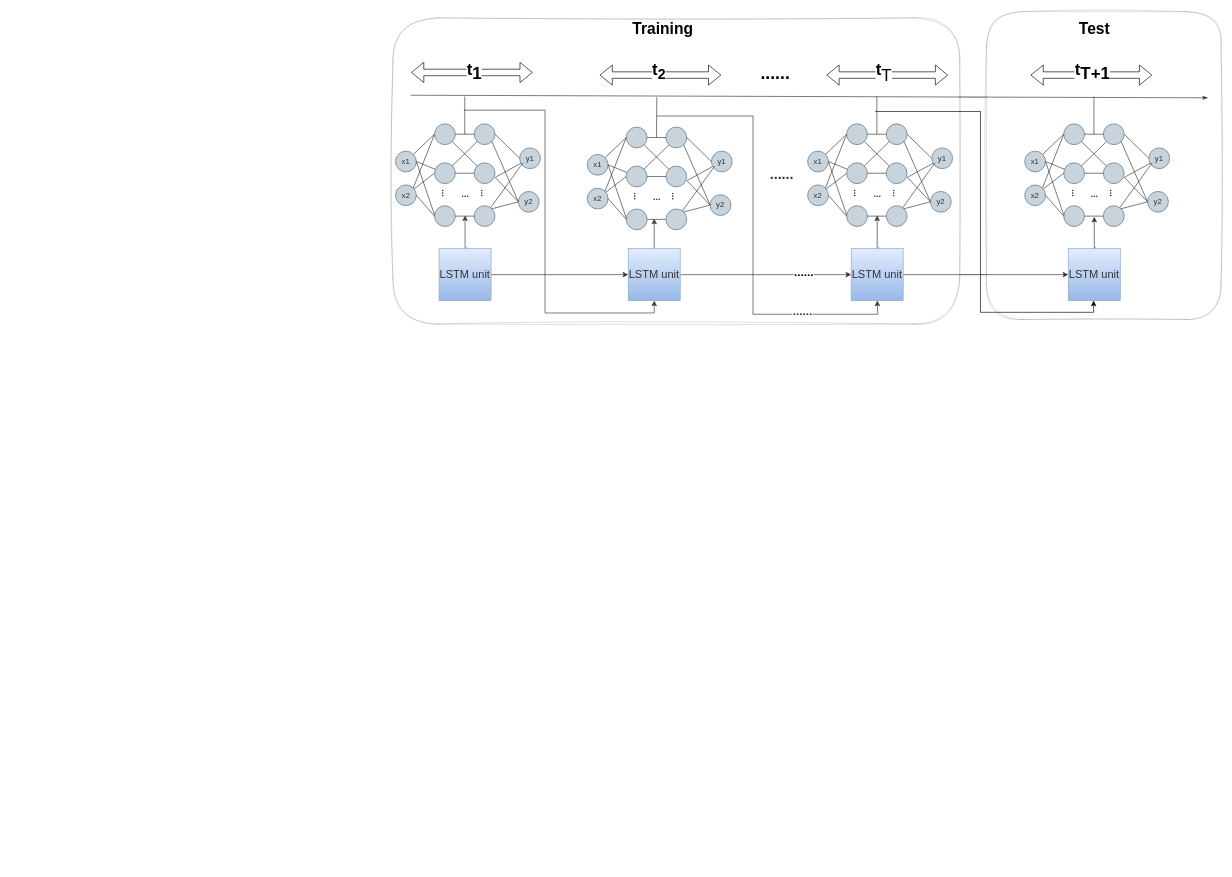
lilang0710/ll keeps this draw.io diagram as 未命名绘图.drawio. Above is the earlier version. Source tidied: cells renumbered, new cells numbered last; positions are measured from the earlier drawing's top-left corner, leaving out a move shared by most shapes. Both pictures are drawn from the tidied source at 65%, with x=0, y=0 at pixel (393, 11).
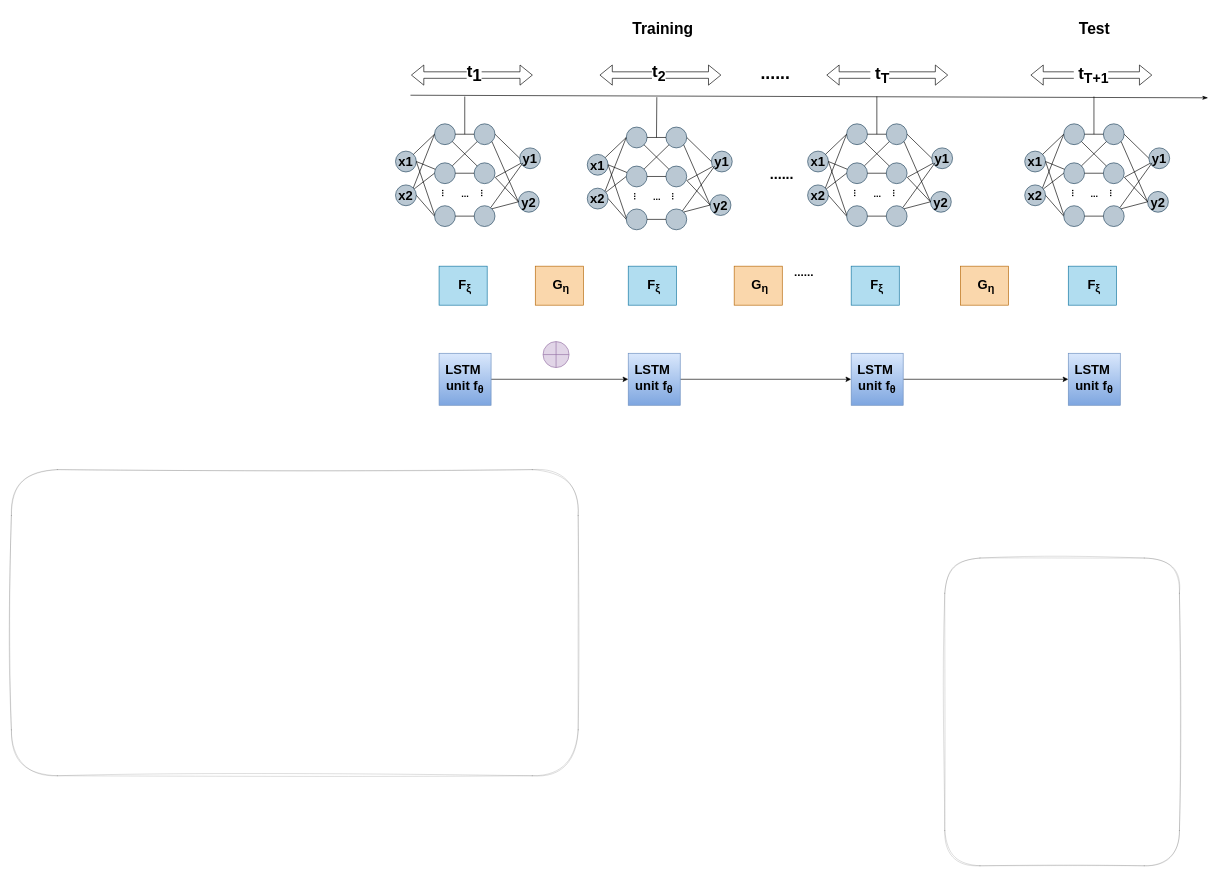
After the change.

Commit message (it also covers changes not shown here):
更新未命名绘图.drawio

The change refers to these unchanged cells:
```xml
<mxCell id="153" style="shape=flexArrow;endArrow=classic;startArrow=classic;html=1;rounded=0;" parent="1" edge="1">
  <mxGeometry relative="1" as="geometry">
    <mxPoint x="318" y="98" as="sourcePoint" />
    <mxPoint x="505" y="98" as="targetPoint" />
  </mxGeometry>
</mxCell>
<mxCell id="155" style="shape=flexArrow;endArrow=classic;startArrow=classic;html=1;rounded=0;" parent="1" edge="1">
  <mxGeometry relative="1" as="geometry">
    <mxPoint x="667" y="98" as="sourcePoint" />
    <mxPoint x="854" y="98" as="targetPoint" />
  </mxGeometry>
</mxCell>
<mxCell id="157" style="shape=flexArrow;endArrow=classic;startArrow=classic;html=1;rounded=0;" parent="1" edge="1">
  <mxGeometry relative="1" as="geometry">
    <mxPoint x="981" y="98" as="sourcePoint" />
    <mxPoint x="1168" y="98" as="targetPoint" />
  </mxGeometry>
</mxCell>
```

Change to the diagram source:
```diff
@@
-    <mxCell id="3" style="edgeStyle=orthogonalEdgeStyle;rounded=0;jettySize=auto;html=1;exitX=0.5;exitY=0;exitDx=0;exitDy=0;" parent="1" edge="1" source="4">
-      <mxGeometry relative="1" as="geometry">
-        <mxPoint x="402" y="319" as="targetPoint" />
-      </mxGeometry>
-    </mxCell>
-    <mxCell id="4" value="&lt;font style=&quot;font-size: 17px;&quot;&gt;LSTM unit&lt;/font&gt;" style="whiteSpace=wrap;html=1;fillColor=#dae8fc;strokeColor=#6c8ebf;gradientColor=#7ea6e0;" parent="1" vertex="1">
-      <mxGeometry x="362" y="365" width="80" height="80" as="geometry" />
+    <mxCell id="4" value="&lt;div style=&quot;font-size: 20px;&quot;&gt;&lt;font style=&quot;font-size: 20px;&quot;&gt;&lt;b&gt;&lt;font style=&quot;font-size: 20px;&quot;&gt;LSTM&amp;nbsp;&lt;/font&gt;&lt;/b&gt;&lt;/font&gt;&lt;/div&gt;&lt;div style=&quot;font-size: 20px;&quot;&gt;&lt;font style=&quot;font-size: 20px;&quot;&gt;&lt;b&gt;&lt;font style=&quot;font-size: 20px;&quot;&gt;unit f&lt;/font&gt;&lt;/b&gt;&lt;font style=&quot;font-size: 20px;&quot;&gt;&lt;b&gt;&lt;span class=&quot;content-right_2s-H4&quot;&gt;&lt;sub&gt;θ&lt;/sub&gt;&lt;/span&gt;&lt;/b&gt;&lt;/font&gt;&lt;/font&gt;&lt;/div&gt;" style="whiteSpace=wrap;html=1;fillColor=#dae8fc;strokeColor=#6c8ebf;gradientColor=#7ea6e0;" parent="1" vertex="1">
+      <mxGeometry x="362" y="526" width="80" height="80" as="geometry" />
     </mxCell>
-    <mxCell id="5" value="x1" style="ellipse;whiteSpace=wrap;html=1;fillColor=#bac8d3;strokeColor=#23445d;" parent="1" vertex="1">
+    <mxCell id="5" value="&lt;font size=&quot;1&quot;&gt;&lt;b style=&quot;font-size: 20px;&quot;&gt;x1&lt;/b&gt;&lt;/font&gt;" style="ellipse;whiteSpace=wrap;html=1;fillColor=#bac8d3;strokeColor=#23445d;" parent="1" vertex="1">
       <mxGeometry x="4" y="215" width="32" height="32" as="geometry" />
     </mxCell>
-    <mxCell id="6" value="x2" style="ellipse;whiteSpace=wrap;html=1;fillColor=#bac8d3;strokeColor=#23445d;" parent="1" vertex="1">
+    <mxCell id="6" value="&lt;b&gt;&lt;font style=&quot;font-size: 20px;&quot;&gt;x2&lt;/font&gt;&lt;/b&gt;" style="ellipse;whiteSpace=wrap;html=1;fillColor=#bac8d3;strokeColor=#23445d;" parent="1" vertex="1">
       <mxGeometry x="4" y="267" width="32" height="32" as="geometry" />
     </mxCell>
@@
-    <mxCell id="14" value="y1" style="ellipse;whiteSpace=wrap;html=1;fillColor=#bac8d3;strokeColor=#23445d;" parent="1" vertex="1">
+    <mxCell id="14" value="&lt;b&gt;&lt;font style=&quot;font-size: 20px;&quot;&gt;y1&lt;/font&gt;&lt;/b&gt;" style="ellipse;whiteSpace=wrap;html=1;fillColor=#bac8d3;strokeColor=#23445d;" parent="1" vertex="1">
       <mxGeometry x="195" y="210" width="32" height="32" as="geometry" />
     </mxCell>
-    <mxCell id="15" value="y2" style="ellipse;whiteSpace=wrap;html=1;fillColor=#bac8d3;strokeColor=#23445d;" parent="1" vertex="1">
+    <mxCell id="15" value="&lt;font style=&quot;font-size: 20px;&quot;&gt;&lt;b&gt;y2&lt;/b&gt;&lt;/font&gt;" style="ellipse;whiteSpace=wrap;html=1;fillColor=#bac8d3;strokeColor=#23445d;" parent="1" vertex="1">
       <mxGeometry x="193" y="277" width="32" height="32" as="geometry" />
     </mxCell>
@@
-    <mxCell id="35" style="rounded=0;jettySize=auto;html=1;endArrow=classic;endFill=1;edgeStyle=orthogonalEdgeStyle;entryX=0.5;entryY=1;entryDx=0;entryDy=0;" parent="1" edge="1" target="4">
-      <mxGeometry relative="1" as="geometry">
-        <mxPoint x="109" y="152" as="sourcePoint" />
-        <Array as="points">
-          <mxPoint x="234" y="152" />
-          <mxPoint x="234" y="464" />
-          <mxPoint x="402" y="464" />
-        </Array>
-      </mxGeometry>
-    </mxCell>
@@
-    <mxCell id="37" style="rounded=0;jettySize=auto;html=1;endArrow=classic;endFill=1;" parent="1" edge="1" source="41">
-      <mxGeometry relative="1" as="geometry">
-        <mxPoint x="111" y="314" as="targetPoint" />
-      </mxGeometry>
-    </mxCell>
@@
-    <mxCell id="40" style="rounded=0;jettySize=auto;html=1;endArrow=none;endFill=0;entryX=0.5;entryY=1;entryDx=0;entryDy=0;" parent="1" edge="1" target="41">
-      <mxGeometry relative="1" as="geometry">
-        <mxPoint x="113" y="363" as="sourcePoint" />
-      </mxGeometry>
-    </mxCell>
-    <mxCell id="41" value="&lt;font style=&quot;font-size: 17px;&quot;&gt;LSTM unit&lt;/font&gt;" style="whiteSpace=wrap;html=1;fillColor=#dae8fc;strokeColor=#6c8ebf;gradientColor=#7ea6e0;" parent="1" vertex="1">
-      <mxGeometry x="71" y="365" width="80" height="80" as="geometry" />
+    <mxCell id="41" value="&lt;div style=&quot;font-size: 20px;&quot;&gt;&lt;font style=&quot;font-size: 20px;&quot;&gt;&lt;b&gt;&lt;font style=&quot;font-size: 20px;&quot;&gt;LSTM&amp;nbsp;&lt;/font&gt;&lt;/b&gt;&lt;/font&gt;&lt;/div&gt;&lt;div style=&quot;font-size: 20px;&quot;&gt;&lt;font style=&quot;font-size: 20px;&quot;&gt;&lt;b&gt;&lt;font style=&quot;font-size: 20px;&quot;&gt;unit f&lt;/font&gt;&lt;/b&gt;&lt;font style=&quot;font-size: 20px;&quot;&gt;&lt;b&gt;&lt;span class=&quot;content-right_2s-H4&quot;&gt;&lt;sub&gt;θ&lt;/sub&gt;&lt;/span&gt;&lt;/b&gt;&lt;/font&gt;&lt;/font&gt;&lt;/div&gt;" style="whiteSpace=wrap;html=1;fillColor=#dae8fc;strokeColor=#6c8ebf;gradientColor=#7ea6e0;" parent="1" vertex="1">
+      <mxGeometry x="71" y="526" width="80" height="80" as="geometry" />
     </mxCell>
-    <mxCell id="42" value="x1" style="ellipse;whiteSpace=wrap;html=1;fillColor=#bac8d3;strokeColor=#23445d;" parent="1" vertex="1">
+    <mxCell id="42" value="&lt;font style=&quot;font-size: 20px;&quot;&gt;&lt;b&gt;x1&lt;/b&gt;&lt;/font&gt;" style="ellipse;whiteSpace=wrap;html=1;fillColor=#bac8d3;strokeColor=#23445d;" parent="1" vertex="1">
       <mxGeometry x="299" y="220" width="32" height="32" as="geometry" />
     </mxCell>
-    <mxCell id="43" value="x2" style="ellipse;whiteSpace=wrap;html=1;fillColor=#bac8d3;strokeColor=#23445d;" parent="1" vertex="1">
+    <mxCell id="43" value="&lt;font style=&quot;font-size: 20px;&quot;&gt;&lt;b&gt;x2&lt;/b&gt;&lt;/font&gt;" style="ellipse;whiteSpace=wrap;html=1;fillColor=#bac8d3;strokeColor=#23445d;" parent="1" vertex="1">
       <mxGeometry x="299" y="272" width="32" height="32" as="geometry" />
     </mxCell>
@@
-    <mxCell id="51" value="y1" style="ellipse;whiteSpace=wrap;html=1;fillColor=#bac8d3;strokeColor=#23445d;" parent="1" vertex="1">
+    <mxCell id="51" value="&lt;font style=&quot;font-size: 20px;&quot;&gt;&lt;b&gt;y1&lt;/b&gt;&lt;/font&gt;" style="ellipse;whiteSpace=wrap;html=1;fillColor=#bac8d3;strokeColor=#23445d;" parent="1" vertex="1">
       <mxGeometry x="490" y="215" width="32" height="32" as="geometry" />
     </mxCell>
-    <mxCell id="52" value="y2" style="ellipse;whiteSpace=wrap;html=1;fillColor=#bac8d3;strokeColor=#23445d;" parent="1" vertex="1">
+    <mxCell id="52" value="&lt;font style=&quot;font-size: 20px;&quot;&gt;&lt;b&gt;y2&lt;/b&gt;&lt;/font&gt;" style="ellipse;whiteSpace=wrap;html=1;fillColor=#bac8d3;strokeColor=#23445d;" parent="1" vertex="1">
       <mxGeometry x="488" y="282" width="32" height="32" as="geometry" />
     </mxCell>
@@
-    <mxCell id="73" style="rounded=0;jettySize=auto;html=1;endArrow=classic;endFill=1;entryX=0.5;entryY=1;entryDx=0;entryDy=0;edgeStyle=orthogonalEdgeStyle;" parent="1" edge="1" target="109">
-      <mxGeometry relative="1" as="geometry">
-        <mxPoint x="406" y="161" as="sourcePoint" />
-        <Array as="points">
-          <mxPoint x="554" y="161" />
-          <mxPoint x="554" y="466" />
-          <mxPoint x="746" y="466" />
-        </Array>
-      </mxGeometry>
-    </mxCell>
-    <mxCell id="74" value="&lt;font style=&quot;font-size: 18px;&quot;&gt;&lt;b style=&quot;font-size: 18px;&quot;&gt;...&lt;/b&gt;&lt;/font&gt;&lt;font style=&quot;font-size: 18px;&quot;&gt;&lt;b style=&quot;font-size: 18px;&quot;&gt;...&lt;/b&gt;&lt;/font&gt;" style="edgeLabel;html=1;align=center;verticalAlign=middle;" parent="73" vertex="1">
-      <mxGeometry x="0.59" y="-3" relative="1" as="geometry">
-        <mxPoint x="-1" y="-9" as="offset" />
-      </mxGeometry>
-    </mxCell>
-    <mxCell id="75" value="x1" style="ellipse;whiteSpace=wrap;html=1;fillColor=#bac8d3;strokeColor=#23445d;" parent="1" vertex="1">
+    <mxCell id="75" value="&lt;font style=&quot;font-size: 20px;&quot;&gt;&lt;b&gt;x1&lt;/b&gt;&lt;/font&gt;" style="ellipse;whiteSpace=wrap;html=1;fillColor=#bac8d3;strokeColor=#23445d;" parent="1" vertex="1">
       <mxGeometry x="638" y="215" width="32" height="32" as="geometry" />
     </mxCell>
-    <mxCell id="76" value="x2" style="ellipse;whiteSpace=wrap;html=1;fillColor=#bac8d3;strokeColor=#23445d;" parent="1" vertex="1">
+    <mxCell id="76" value="&lt;font style=&quot;font-size: 20px;&quot;&gt;&lt;b&gt;x2&lt;/b&gt;&lt;/font&gt;" style="ellipse;whiteSpace=wrap;html=1;fillColor=#bac8d3;strokeColor=#23445d;" parent="1" vertex="1">
       <mxGeometry x="638" y="267" width="32" height="32" as="geometry" />
     </mxCell>
@@
-    <mxCell id="84" value="y1" style="ellipse;whiteSpace=wrap;html=1;fillColor=#bac8d3;strokeColor=#23445d;" parent="1" vertex="1">
+    <mxCell id="84" value="&lt;font style=&quot;font-size: 20px;&quot;&gt;&lt;b&gt;y1&lt;/b&gt;&lt;/font&gt;" style="ellipse;whiteSpace=wrap;html=1;fillColor=#bac8d3;strokeColor=#23445d;" parent="1" vertex="1">
       <mxGeometry x="829" y="210" width="32" height="32" as="geometry" />
     </mxCell>
-    <mxCell id="85" value="y2" style="ellipse;whiteSpace=wrap;html=1;fillColor=#bac8d3;strokeColor=#23445d;" parent="1" vertex="1">
+    <mxCell id="85" value="&lt;font style=&quot;font-size: 20px;&quot;&gt;&lt;b&gt;y2&lt;/b&gt;&lt;/font&gt;" style="ellipse;whiteSpace=wrap;html=1;fillColor=#bac8d3;strokeColor=#23445d;" parent="1" vertex="1">
       <mxGeometry x="827" y="277" width="32" height="32" as="geometry" />
     </mxCell>
@@
-    <mxCell id="106" style="rounded=0;jettySize=auto;html=1;endArrow=classic;endFill=1;" parent="1" edge="1" source="109">
-      <mxGeometry relative="1" as="geometry">
-        <mxPoint x="745" y="314" as="targetPoint" />
-      </mxGeometry>
-    </mxCell>
-    <mxCell id="107" style="rounded=0;jettySize=auto;html=1;endArrow=none;endFill=0;entryX=0.5;entryY=1;entryDx=0;entryDy=0;" parent="1" edge="1" target="109">
-      <mxGeometry relative="1" as="geometry">
-        <mxPoint x="747" y="363" as="sourcePoint" />
-      </mxGeometry>
-    </mxCell>
@@
-    <mxCell id="109" value="&lt;font style=&quot;font-size: 17px;&quot;&gt;LSTM unit&lt;/font&gt;" style="whiteSpace=wrap;html=1;fillColor=#dae8fc;strokeColor=#6c8ebf;gradientColor=#7ea6e0;" parent="1" vertex="1">
-      <mxGeometry x="705" y="365" width="80" height="80" as="geometry" />
+    <mxCell id="109" value="&lt;div style=&quot;font-size: 20px;&quot;&gt;&lt;font style=&quot;font-size: 20px;&quot;&gt;&lt;b&gt;&lt;font style=&quot;font-size: 20px;&quot;&gt;LSTM&amp;nbsp;&lt;/font&gt;&lt;/b&gt;&lt;/font&gt;&lt;/div&gt;&lt;div style=&quot;font-size: 20px;&quot;&gt;&lt;font style=&quot;font-size: 20px;&quot;&gt;&lt;b&gt;&lt;font style=&quot;font-size: 20px;&quot;&gt;unit f&lt;/font&gt;&lt;/b&gt;&lt;font style=&quot;font-size: 20px;&quot;&gt;&lt;b&gt;&lt;span class=&quot;content-right_2s-H4&quot;&gt;&lt;sub&gt;θ&lt;/sub&gt;&lt;/span&gt;&lt;/b&gt;&lt;/font&gt;&lt;/font&gt;&lt;/div&gt;" style="whiteSpace=wrap;html=1;fillColor=#dae8fc;strokeColor=#6c8ebf;gradientColor=#7ea6e0;" parent="1" vertex="1">
+      <mxGeometry x="705" y="526" width="80" height="80" as="geometry" />
     </mxCell>
-    <mxCell id="110" value="x1" style="ellipse;whiteSpace=wrap;html=1;fillColor=#bac8d3;strokeColor=#23445d;" parent="1" vertex="1">
+    <mxCell id="110" value="&lt;font style=&quot;font-size: 20px;&quot;&gt;&lt;b&gt;x1&lt;/b&gt;&lt;/font&gt;" style="ellipse;whiteSpace=wrap;html=1;fillColor=#bac8d3;strokeColor=#23445d;" parent="1" vertex="1">
       <mxGeometry x="972" y="215" width="32" height="32" as="geometry" />
     </mxCell>
-    <mxCell id="111" value="x2" style="ellipse;whiteSpace=wrap;html=1;fillColor=#bac8d3;strokeColor=#23445d;" parent="1" vertex="1">
+    <mxCell id="111" value="&lt;font style=&quot;font-size: 20px;&quot;&gt;&lt;b&gt;x2&lt;/b&gt;&lt;/font&gt;" style="ellipse;whiteSpace=wrap;html=1;fillColor=#bac8d3;strokeColor=#23445d;" parent="1" vertex="1">
       <mxGeometry x="972" y="267" width="32" height="32" as="geometry" />
     </mxCell>
@@
-    <mxCell id="119" value="y1" style="ellipse;whiteSpace=wrap;html=1;fillColor=#bac8d3;strokeColor=#23445d;" parent="1" vertex="1">
+    <mxCell id="119" value="&lt;font style=&quot;font-size: 20px;&quot;&gt;&lt;b&gt;y1&lt;/b&gt;&lt;/font&gt;" style="ellipse;whiteSpace=wrap;html=1;fillColor=#bac8d3;strokeColor=#23445d;" parent="1" vertex="1">
       <mxGeometry x="1163" y="210" width="32" height="32" as="geometry" />
     </mxCell>
-    <mxCell id="120" value="y2" style="ellipse;whiteSpace=wrap;html=1;fillColor=#bac8d3;strokeColor=#23445d;" parent="1" vertex="1">
+    <mxCell id="120" value="&lt;font style=&quot;font-size: 20px;&quot;&gt;&lt;b&gt;y2&lt;/b&gt;&lt;/font&gt;" style="ellipse;whiteSpace=wrap;html=1;fillColor=#bac8d3;strokeColor=#23445d;" parent="1" vertex="1">
       <mxGeometry x="1161" y="277" width="32" height="32" as="geometry" />
     </mxCell>
@@
-    <mxCell id="141" style="rounded=0;jettySize=auto;html=1;endArrow=classic;endFill=1;" parent="1" edge="1" source="143">
-      <mxGeometry relative="1" as="geometry">
-        <mxPoint x="1079" y="316" as="targetPoint" />
-      </mxGeometry>
-    </mxCell>
-    <mxCell id="142" style="rounded=0;jettySize=auto;html=1;endArrow=none;endFill=0;entryX=0.5;entryY=1;entryDx=0;entryDy=0;" parent="1" edge="1" target="143">
-      <mxGeometry relative="1" as="geometry">
-        <mxPoint x="1081" y="363" as="sourcePoint" />
-      </mxGeometry>
-    </mxCell>
-    <mxCell id="143" value="&lt;font style=&quot;font-size: 17px;&quot;&gt;LSTM unit&lt;/font&gt;" style="whiteSpace=wrap;html=1;fillColor=#dae8fc;strokeColor=#6c8ebf;gradientColor=#7ea6e0;" parent="1" vertex="1">
-      <mxGeometry x="1039" y="365" width="80" height="80" as="geometry" />
+    <mxCell id="143" value="&lt;div style=&quot;font-size: 20px;&quot;&gt;&lt;font style=&quot;font-size: 20px;&quot;&gt;&lt;b&gt;&lt;font style=&quot;font-size: 20px;&quot;&gt;LSTM&amp;nbsp;&lt;/font&gt;&lt;/b&gt;&lt;/font&gt;&lt;/div&gt;&lt;div style=&quot;font-size: 20px;&quot;&gt;&lt;font style=&quot;font-size: 20px;&quot;&gt;&lt;b&gt;&lt;font style=&quot;font-size: 20px;&quot;&gt;unit f&lt;/font&gt;&lt;/b&gt;&lt;font style=&quot;font-size: 20px;&quot;&gt;&lt;b&gt;&lt;span class=&quot;content-right_2s-H4&quot;&gt;&lt;sub&gt;θ&lt;/sub&gt;&lt;/span&gt;&lt;/b&gt;&lt;/font&gt;&lt;/font&gt;&lt;/div&gt;" style="whiteSpace=wrap;html=1;fillColor=#dae8fc;strokeColor=#6c8ebf;gradientColor=#7ea6e0;" parent="1" vertex="1">
+      <mxGeometry x="1039" y="526" width="80" height="80" as="geometry" />
     </mxCell>
@@
     <mxCell id="145" style="rounded=1;whiteSpace=wrap;html=1;sketch=1;curveFitting=1;jiggle=2;shadow=0;opacity=20;" parent="1" vertex="1">
-      <mxGeometry y="10" width="872" height="471" as="geometry" />
+      <mxGeometry x="-587" y="705" width="872" height="471" as="geometry" />
     </mxCell>
     <mxCell id="146" style="rounded=1;whiteSpace=wrap;html=1;sketch=1;curveFitting=1;jiggle=2;shadow=0;opacity=20;" parent="1" vertex="1">
-      <mxGeometry x="913" y="0.5" width="361" height="473.5" as="geometry" />
+      <mxGeometry x="849" y="841" width="361" height="473.5" as="geometry" />
     </mxCell>
@@
-    <mxCell id="149" style="rounded=0;jettySize=auto;html=1;endArrow=classic;endFill=1;edgeStyle=orthogonalEdgeStyle;entryX=0.488;entryY=1;entryDx=0;entryDy=0;entryPerimeter=0;" parent="1" edge="1" target="143">
-      <mxGeometry relative="1" as="geometry">
-        <mxPoint x="742" y="154" as="sourcePoint" />
-        <Array as="points">
-          <mxPoint x="904" y="154" />
-          <mxPoint x="904" y="463" />
-          <mxPoint x="1078" y="463" />
-        </Array>
-      </mxGeometry>
-    </mxCell>
@@
     <mxCell id="151" style="shape=flexArrow;endArrow=classic;startArrow=classic;html=1;rounded=0;" parent="1" edge="1">
       <mxGeometry relative="1" as="geometry">
-        <mxPoint x="28" y="94" as="sourcePoint" />
-        <mxPoint x="215" y="94" as="targetPoint" />
+        <mxPoint x="28" y="98" as="sourcePoint" />
+        <mxPoint x="215" y="98" as="targetPoint" />
       </mxGeometry>
     </mxCell>
@@
     <mxCell id="154" value="&lt;b style=&quot;font-size: 26px;&quot;&gt;&lt;font style=&quot;font-size: 26px;&quot;&gt;&lt;sup style=&quot;font-size: 26px;&quot;&gt;t&lt;sub&gt;2&lt;/sub&gt;&lt;/sup&gt;&lt;/font&gt;&lt;/b&gt;" style="edgeLabel;html=1;align=center;verticalAlign=middle;fontSize=26;" parent="153" vertex="1">
       <mxGeometry x="0.02" y="2" relative="1" as="geometry">
-        <mxPoint x="-5" y="-3" as="offset" />
+        <mxPoint x="-5" y="1" as="offset" />
       </mxGeometry>
     </mxCell>
@@
-    <mxCell id="156" value="&lt;b style=&quot;font-size: 26px;&quot;&gt;&lt;font style=&quot;font-size: 26px;&quot;&gt;&lt;sup style=&quot;font-size: 26px;&quot;&gt;t&lt;/sup&gt;&lt;/font&gt;&lt;/b&gt;T" style="edgeLabel;html=1;align=center;verticalAlign=middle;fontSize=26;" parent="155" vertex="1">
+    <mxCell id="156" value="&lt;font style=&quot;font-size: 26px;&quot;&gt;&lt;b&gt;&lt;font style=&quot;font-size: 26px;&quot;&gt;&amp;nbsp;t&lt;span class=&quot;dqa-highlight-purple cos-text-headline&quot;&gt;&lt;span class=&quot;cos-font-medium&quot;&gt;&lt;sub&gt;T&lt;/sub&gt;&lt;/span&gt;&lt;/span&gt;&lt;/font&gt;&lt;/b&gt;&lt;/font&gt;" style="edgeLabel;html=1;align=center;verticalAlign=middle;fontSize=26;" parent="155" vertex="1">
       <mxGeometry x="0.02" y="2" relative="1" as="geometry">
-        <mxPoint x="-8" y="-3" as="offset" />
+        <mxPoint x="-14" y="1" as="offset" />
       </mxGeometry>
     </mxCell>
@@
+    <mxCell id="159" value="&lt;font style=&quot;font-size: 27px;&quot;&gt;&lt;b&gt;...&lt;font style=&quot;font-size: 27px;&quot;&gt;...&lt;/font&gt;&lt;/b&gt;&lt;/font&gt;" style="text;html=1;align=center;verticalAlign=middle;strokeColor=none;fillColor=none;fontSize=18;" parent="1" vertex="1">
+      <mxGeometry x="556" y="73" width="63" height="45" as="geometry" />
+    </mxCell>
+    <mxCell id="160" value="&lt;font style=&quot;font-size: 20px;&quot;&gt;&lt;b&gt;&amp;nbsp;F&lt;sub&gt;ξ&lt;/sub&gt;&lt;/b&gt;&lt;/font&gt;" style="rounded=0;whiteSpace=wrap;html=1;fillColor=#b1ddf0;strokeColor=#10739e;" parent="1" vertex="1">
+      <mxGeometry x="71" y="392" width="74" height="60" as="geometry" />
+    </mxCell>
+    <mxCell id="161" value="&lt;b&gt;&lt;font style=&quot;font-size: 20px;&quot;&gt;&amp;nbsp;G&lt;span class=&quot;dqa-highlight-purple cos-text-headline&quot;&gt;&lt;span class=&quot;cos-font-medium&quot;&gt;&lt;sub&gt;η&lt;/sub&gt;&lt;/span&gt;&lt;/span&gt;&lt;/font&gt;&lt;/b&gt;" style="rounded=0;whiteSpace=wrap;html=1;fillColor=#fad7ac;strokeColor=#b46504;" parent="1" vertex="1">
+      <mxGeometry x="219" y="392" width="74" height="60" as="geometry" />
+    </mxCell>
+    <mxCell id="162" value="&lt;font style=&quot;font-size: 20px;&quot;&gt;&lt;b&gt;&amp;nbsp;F&lt;sub&gt;ξ&lt;/sub&gt;&lt;/b&gt;&lt;/font&gt;" style="rounded=0;whiteSpace=wrap;html=1;fillColor=#b1ddf0;strokeColor=#10739e;" parent="1" vertex="1">
+      <mxGeometry x="362" y="392" width="74" height="60" as="geometry" />
+    </mxCell>
+    <mxCell id="163" value="&lt;font style=&quot;font-size: 20px;&quot;&gt;&lt;b&gt;&amp;nbsp;F&lt;sub&gt;ξ&lt;/sub&gt;&lt;/b&gt;&lt;/font&gt;" style="rounded=0;whiteSpace=wrap;html=1;fillColor=#b1ddf0;strokeColor=#10739e;" parent="1" vertex="1">
+      <mxGeometry x="705" y="392" width="74" height="60" as="geometry" />
+    </mxCell>
+    <mxCell id="164" value="&lt;font style=&quot;font-size: 20px;&quot;&gt;&lt;b&gt;&amp;nbsp;F&lt;sub&gt;ξ&lt;/sub&gt;&lt;/b&gt;&lt;/font&gt;" style="rounded=0;whiteSpace=wrap;html=1;fillColor=#b1ddf0;strokeColor=#10739e;" parent="1" vertex="1">
+      <mxGeometry x="1039" y="392" width="74" height="60" as="geometry" />
+    </mxCell>
+    <mxCell id="165" value="&lt;b&gt;&lt;font style=&quot;font-size: 20px;&quot;&gt;&amp;nbsp;G&lt;span class=&quot;dqa-highlight-purple cos-text-headline&quot;&gt;&lt;span class=&quot;cos-font-medium&quot;&gt;&lt;sub&gt;η&lt;/sub&gt;&lt;/span&gt;&lt;/span&gt;&lt;/font&gt;&lt;/b&gt;" style="rounded=0;whiteSpace=wrap;html=1;fillColor=#fad7ac;strokeColor=#b46504;" parent="1" vertex="1">
+      <mxGeometry x="525" y="392" width="74" height="60" as="geometry" />
+    </mxCell>
+    <mxCell id="166" value="&lt;b&gt;&lt;font style=&quot;font-size: 20px;&quot;&gt;&amp;nbsp;G&lt;span class=&quot;dqa-highlight-purple cos-text-headline&quot;&gt;&lt;span class=&quot;cos-font-medium&quot;&gt;&lt;sub&gt;η&lt;/sub&gt;&lt;/span&gt;&lt;/span&gt;&lt;/font&gt;&lt;/b&gt;" style="rounded=0;whiteSpace=wrap;html=1;fillColor=#fad7ac;strokeColor=#b46504;" parent="1" vertex="1">
+      <mxGeometry x="873" y="392" width="74" height="60" as="geometry" />
+    </mxCell>
-    <mxCell id="158" value="&lt;b style=&quot;font-size: 26px;&quot;&gt;&lt;font style=&quot;font-size: 26px;&quot;&gt;&lt;sup style=&quot;font-size: 26px;&quot;&gt;t&lt;sub style=&quot;font-size: 26px;&quot;&gt;T+1&lt;/sub&gt;&lt;/sup&gt;&lt;/font&gt;&lt;/b&gt;" style="edgeLabel;html=1;align=center;verticalAlign=middle;fontSize=26;" parent="157" vertex="1">
-      <mxGeometry x="0.02" y="2" relative="1" as="geometry">
-        <mxPoint x="-1" y="-3" as="offset" />
+    <mxCell id="158" value="&lt;font style=&quot;font-size: 26px;&quot;&gt;&lt;b&gt;&lt;font style=&quot;font-size: 26px;&quot;&gt;&amp;nbsp;t&lt;span class=&quot;dqa-highlight-purple cos-text-headline&quot;&gt;&lt;span class=&quot;cos-font-medium&quot;&gt;&lt;sub&gt;T+1&lt;/sub&gt;&lt;/span&gt;&lt;/span&gt;&lt;/font&gt;&lt;/b&gt;&lt;/font&gt;" style="edgeLabel;html=1;align=center;verticalAlign=middle;fontSize=26;" parent="1" vertex="1">
+      <mxGeometry x="1093" y="220" as="geometry">
+        <mxPoint x="-20" y="-123" as="offset" />
       </mxGeometry>
     </mxCell>
-    <mxCell id="159" value="&lt;font style=&quot;font-size: 27px;&quot;&gt;&lt;b&gt;...&lt;font style=&quot;font-size: 27px;&quot;&gt;...&lt;/font&gt;&lt;/b&gt;&lt;/font&gt;" style="text;html=1;align=center;verticalAlign=middle;strokeColor=none;fillColor=none;fontSize=18;" parent="1" vertex="1">
-      <mxGeometry x="556" y="73" width="63" height="45" as="geometry" />
-    </mxCell>
+    <mxCell id="167" style="shape=orEllipse;perimeter=ellipsePerimeter;whiteSpace=wrap;html=1;backgroundOutline=1;fillColor=#e1d5e7;strokeColor=#9673a6;" parent="1" vertex="1">
+      <mxGeometry x="231" y="508" width="40" height="40" as="geometry" />
+    </mxCell>
```
